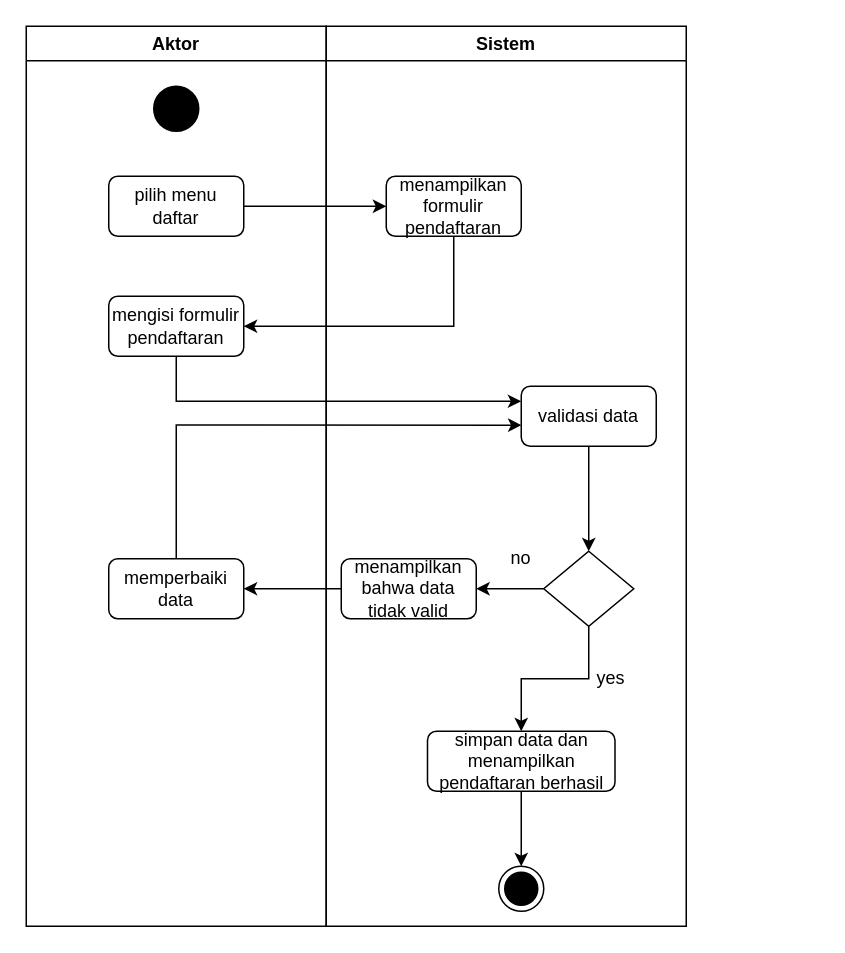
ratihpn99/tokoonline keeps this draw.io diagram as registrasi activity diagram.drawio. Above is the earlier version. Source tidied: cells renumbered, new cells numbered last; positions are measured from the earlier drawing's top-left corner, leaving out a move shared by most shapes. Both pictures are drawn from the tidied source at 150%, with x=0, y=0 at pixel (26, 26).
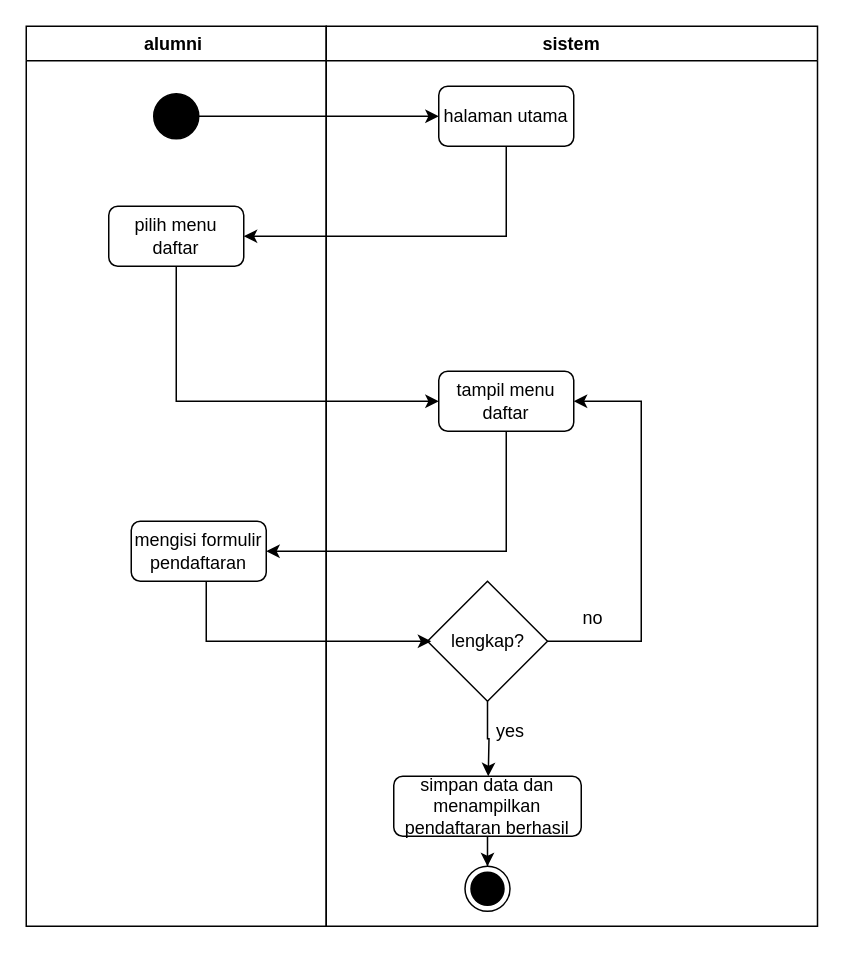
Above is the later version.

Change to the diagram source:
```diff
@@
-    <mxCell id="2" value="Aktor" style="swimlane;" parent="1" vertex="1">
+    <mxCell id="2" value="alumni " style="swimlane;" parent="1" vertex="1">
       <mxGeometry width="200" height="600" as="geometry" />
     </mxCell>
     <mxCell id="3" style="ellipse;whiteSpace=wrap;html=1;fillColor=#000000;" parent="2" vertex="1">
-      <mxGeometry x="85" y="40" width="30" height="30" as="geometry" />
+      <mxGeometry x="85" y="45" width="30" height="30" as="geometry" />
     </mxCell>
     <mxCell id="4" value="pilih menu daftar" style="rounded=1;whiteSpace=wrap;html=1;fillColor=#FFFFFF;" parent="2" vertex="1">
-      <mxGeometry x="55" y="100" width="90" height="40" as="geometry" />
+      <mxGeometry x="55" y="120" width="90" height="40" as="geometry" />
     </mxCell>
     <mxCell id="5" value="mengisi formulir pendaftaran" style="rounded=1;whiteSpace=wrap;html=1;fillColor=#FFFFFF;" parent="2" vertex="1">
-      <mxGeometry x="55" y="180" width="90" height="40" as="geometry" />
+      <mxGeometry x="70" y="330" width="90" height="40" as="geometry" />
     </mxCell>
-    <mxCell id="6" value="memperbaiki data" style="rounded=1;whiteSpace=wrap;html=1;fillColor=#FFFFFF;" parent="2" vertex="1">
-      <mxGeometry x="55" y="355" width="90" height="40" as="geometry" />
-    </mxCell>
-    <mxCell id="7" value="Sistem" style="swimlane;" parent="1" vertex="1">
-      <mxGeometry x="200" width="240" height="600" as="geometry" />
+    <mxCell id="7" value="sistem" style="swimlane;" parent="1" vertex="1">
+      <mxGeometry x="200" width="327.5" height="600" as="geometry" />
     </mxCell>
-    <mxCell id="8" value="menampilkan formulir pendaftaran" style="rounded=1;whiteSpace=wrap;html=1;fillColor=#FFFFFF;" parent="7" vertex="1">
-      <mxGeometry x="40" y="100" width="90" height="40" as="geometry" />
+    <mxCell id="8" value="halaman utama" style="rounded=1;whiteSpace=wrap;html=1;fillColor=#FFFFFF;" parent="7" vertex="1">
+      <mxGeometry x="75" y="40" width="90" height="40" as="geometry" />
     </mxCell>
-    <mxCell id="9" style="edgeStyle=orthogonalEdgeStyle;rounded=0;jettySize=auto;html=1;" parent="7" edge="1" source="10" target="16">
-      <mxGeometry relative="1" as="geometry" />
-    </mxCell>
-    <mxCell id="10" value="validasi data" style="rounded=1;whiteSpace=wrap;html=1;fillColor=#FFFFFF;" parent="7" vertex="1">
-      <mxGeometry x="130" y="240" width="90" height="40" as="geometry" />
+    <mxCell id="10" value="tampil menu daftar" style="rounded=1;whiteSpace=wrap;html=1;fillColor=#FFFFFF;" parent="7" vertex="1">
+      <mxGeometry x="75" y="230" width="90" height="40" as="geometry" />
     </mxCell>
-    <mxCell id="11" value="menampilkan bahwa data tidak valid" style="rounded=1;whiteSpace=wrap;html=1;fillColor=#FFFFFF;" parent="7" vertex="1">
-      <mxGeometry x="10" y="355" width="90" height="40" as="geometry" />
-    </mxCell>
@@
     <mxCell id="13" value="simpan data dan menampilkan pendaftaran berhasil" style="rounded=1;whiteSpace=wrap;html=1;fillColor=#FFFFFF;" parent="7" vertex="1">
-      <mxGeometry x="67.5" y="470" width="125" height="40" as="geometry" />
+      <mxGeometry x="45" y="500" width="125" height="40" as="geometry" />
     </mxCell>
-    <mxCell id="14" style="edgeStyle=orthogonalEdgeStyle;rounded=0;jettySize=auto;html=1;" parent="7" edge="1" source="16" target="11">
-      <mxGeometry relative="1" as="geometry">
-        <Array as="points">
-          <mxPoint x="110" y="375" />
-          <mxPoint x="110" y="375" />
-        </Array>
-      </mxGeometry>
-    </mxCell>
-    <mxCell id="15" style="edgeStyle=orthogonalEdgeStyle;rounded=0;jettySize=auto;html=1;" parent="7" edge="1" source="16" target="13">
-      <mxGeometry relative="1" as="geometry" />
-    </mxCell>
-    <mxCell id="16" style="rhombus;whiteSpace=wrap;html=1;fillColor=#FFFFFF;" parent="7" vertex="1">
-      <mxGeometry x="145" y="350" width="60" height="50" as="geometry" />
-    </mxCell>
     <mxCell id="17" style="ellipse;html=1;shape=endState;fillColor=#000000;strokeColor=#000000;" parent="7" vertex="1">
-      <mxGeometry x="115" y="560" width="30" height="30" as="geometry" />
+      <mxGeometry x="92.5" y="560" width="30" height="30" as="geometry" />
     </mxCell>
+    <mxCell id="25" style="edgeStyle=orthogonalEdgeStyle;rounded=0;jettySize=auto;html=1;entryX=1;entryY=0.5;entryDx=0;entryDy=0;" parent="7" edge="1" source="27" target="10">
+      <mxGeometry relative="1" as="geometry">
+        <Array as="points">
+          <mxPoint x="210" y="410" />
+          <mxPoint x="210" y="250" />
+        </Array>
+      </mxGeometry>
+    </mxCell>
+    <mxCell id="26" style="edgeStyle=orthogonalEdgeStyle;rounded=0;jettySize=auto;html=1;" parent="7" edge="1" source="27">
+      <mxGeometry relative="1" as="geometry">
+        <mxPoint x="108" y="500" as="targetPoint" />
+      </mxGeometry>
+    </mxCell>
+    <mxCell id="27" value="lengkap?" style="rhombus;whiteSpace=wrap;html=1;" parent="7" vertex="1">
+      <mxGeometry x="67.5" y="370" width="80" height="80" as="geometry" />
+    </mxCell>
+    <mxCell id="28" style="edgeStyle=orthogonalEdgeStyle;rounded=0;orthogonalLoop=1;jettySize=auto;html=1;exitX=0.5;exitY=1;exitDx=0;exitDy=0;" parent="7" edge="1" source="13" target="13">
+      <mxGeometry relative="1" as="geometry" />
+    </mxCell>
+    <mxCell id="19" value="yes" style="text;html=1;strokeColor=none;fillColor=none;align=center;verticalAlign=middle;whiteSpace=wrap;rounded=0;" parent="7" vertex="1">
+      <mxGeometry x="92.5" y="455" width="60" height="30" as="geometry" />
+    </mxCell>
     <mxCell id="18" value="no" style="text;html=1;strokeColor=none;fillColor=none;align=center;verticalAlign=middle;whiteSpace=wrap;rounded=0;" parent="7" vertex="1">
-      <mxGeometry x="100" y="340" width="60" height="30" as="geometry" />
+      <mxGeometry x="147.5" y="380" width="60" height="30" as="geometry" />
     </mxCell>
-    <mxCell id="19" value="yes" style="text;html=1;strokeColor=none;fillColor=none;align=center;verticalAlign=middle;whiteSpace=wrap;rounded=0;" parent="7" vertex="1">
-      <mxGeometry x="160" y="420" width="60" height="30" as="geometry" />
-    </mxCell>
-    <mxCell id="20" style="edgeStyle=orthogonalEdgeStyle;rounded=0;jettySize=auto;html=1;entryX=0;entryY=0.5;entryDx=0;entryDy=0;" parent="1" edge="1" source="4" target="8">
-      <mxGeometry relative="1" as="geometry" />
-    </mxCell>
-    <mxCell id="21" style="edgeStyle=orthogonalEdgeStyle;rounded=0;jettySize=auto;html=1;entryX=1;entryY=0.5;entryDx=0;entryDy=0;" parent="1" edge="1" source="8" target="5">
-      <mxGeometry relative="1" as="geometry">
-        <Array as="points">
-          <mxPoint x="285" y="200" />
-        </Array>
-      </mxGeometry>
-    </mxCell>
-    <mxCell id="22" style="edgeStyle=orthogonalEdgeStyle;rounded=0;jettySize=auto;html=1;entryX=0;entryY=0.25;entryDx=0;entryDy=0;" parent="1" edge="1" source="5" target="10">
-      <mxGeometry relative="1" as="geometry">
-        <Array as="points">
-          <mxPoint x="100" y="250" />
-        </Array>
-      </mxGeometry>
-    </mxCell>
-    <mxCell id="23" style="edgeStyle=orthogonalEdgeStyle;rounded=0;jettySize=auto;html=1;entryX=0.002;entryY=0.648;entryDx=0;entryDy=0;entryPerimeter=0;" parent="1" edge="1" source="6" target="10">
-      <mxGeometry relative="1" as="geometry">
-        <Array as="points">
-          <mxPoint x="100" y="266" />
-        </Array>
-      </mxGeometry>
-    </mxCell>
-    <mxCell id="24" style="edgeStyle=orthogonalEdgeStyle;rounded=0;jettySize=auto;html=1;" parent="1" edge="1" source="11" target="6">
-      <mxGeometry relative="1" as="geometry" />
-    </mxCell>
+    <mxCell id="29" style="edgeStyle=orthogonalEdgeStyle;rounded=0;jettySize=auto;html=1;entryX=0;entryY=0.5;entryDx=0;entryDy=0;" parent="1" edge="1" source="3" target="8">
+      <mxGeometry relative="1" as="geometry">
+        <Array as="points">
+          <mxPoint x="160" y="60" />
+          <mxPoint x="160" y="60" />
+        </Array>
+      </mxGeometry>
+    </mxCell>
+    <mxCell id="30" style="edgeStyle=orthogonalEdgeStyle;rounded=0;jettySize=auto;html=1;entryX=1;entryY=0.5;entryDx=0;entryDy=0;" parent="1" edge="1" source="8" target="4">
+      <mxGeometry relative="1" as="geometry">
+        <Array as="points">
+          <mxPoint x="320" y="140" />
+        </Array>
+      </mxGeometry>
+    </mxCell>
+    <mxCell id="31" style="edgeStyle=orthogonalEdgeStyle;rounded=0;jettySize=auto;html=1;entryX=0;entryY=0.5;entryDx=0;entryDy=0;" parent="1" edge="1" source="4" target="10">
+      <mxGeometry relative="1" as="geometry">
+        <Array as="points">
+          <mxPoint x="100" y="250" />
+        </Array>
+      </mxGeometry>
+    </mxCell>
+    <mxCell id="32" style="edgeStyle=orthogonalEdgeStyle;rounded=0;jettySize=auto;html=1;entryX=1;entryY=0.5;entryDx=0;entryDy=0;" parent="1" edge="1" source="10" target="5">
+      <mxGeometry relative="1" as="geometry">
+        <Array as="points">
+          <mxPoint x="320" y="350" />
+        </Array>
+      </mxGeometry>
+    </mxCell>
+    <mxCell id="33" style="edgeStyle=orthogonalEdgeStyle;rounded=0;jettySize=auto;html=1;" parent="1" edge="1" source="5">
+      <mxGeometry relative="1" as="geometry">
+        <mxPoint x="270" y="410" as="targetPoint" />
+        <Array as="points">
+          <mxPoint x="120" y="410" />
+        </Array>
+      </mxGeometry>
+    </mxCell>
```
